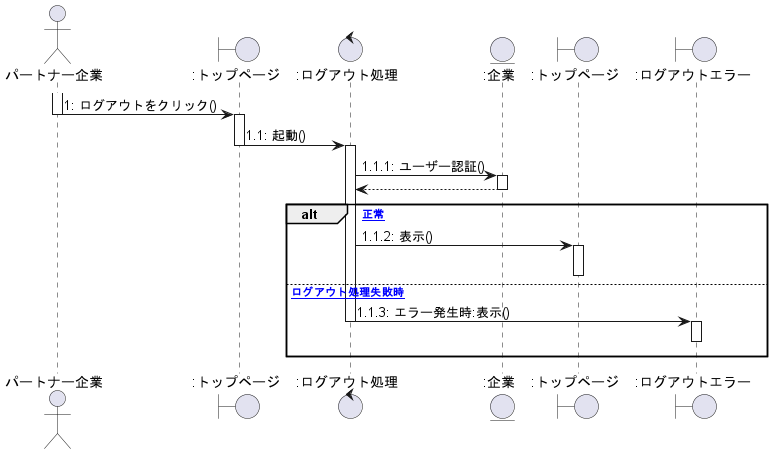
Before: out/client_sequence/ログアウト.png, a diagram exported from PlantUML (ksw2270227/GroupF). The source it was exported from:
```plantuml
@startuml ログアウト


actor パートナー企業 as 0
Boundary ":トップページ" as a
Control ":ログアウト処理" as b
Entity ":企業" as c
Boundary ":トップページ" as d
Boundary ":ログアウトエラー" as e

activate 0
    0 -> a :1: ログアウトをクリック()
deactivate 0
activate a
    a -> b :1.1: 起動()
deactivate a
activate b
    b -> c :1.1.1: ユーザー認証()
activate c
    b <-- c
deactivate c

alt [正常]
    b -> d :1.1.2: 表示()
activate d
deactivate d
else [ログアウト処理失敗時]
    b -> e :1.1.3: エラー発生時:表示()
deactivate b
activate e
e -[hidden]-> e
deactivate e
end

@enduml
```
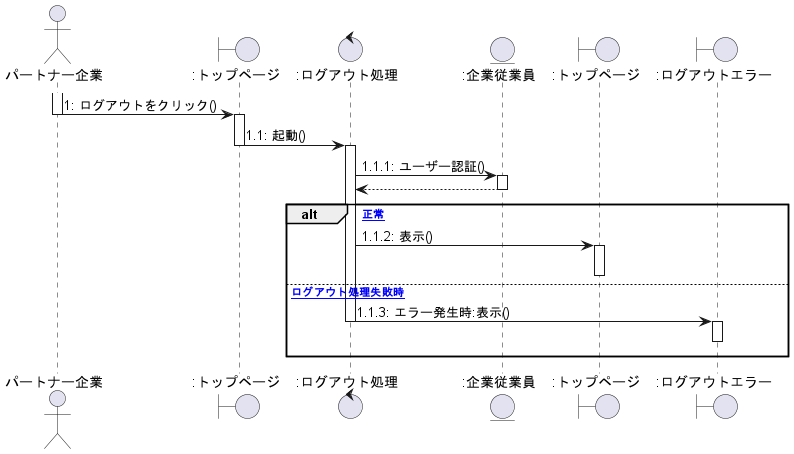
The same diagram one commit later.

Change to the diagram source:
```diff
@@ -4,7 +4,7 @@
 actor パートナー企業 as 0
 Boundary ":トップページ" as a
 Control ":ログアウト処理" as b
-Entity ":企業" as c
+Entity ":企業従業員" as c
 Boundary ":トップページ" as d
 Boundary ":ログアウトエラー" as e
 
```
